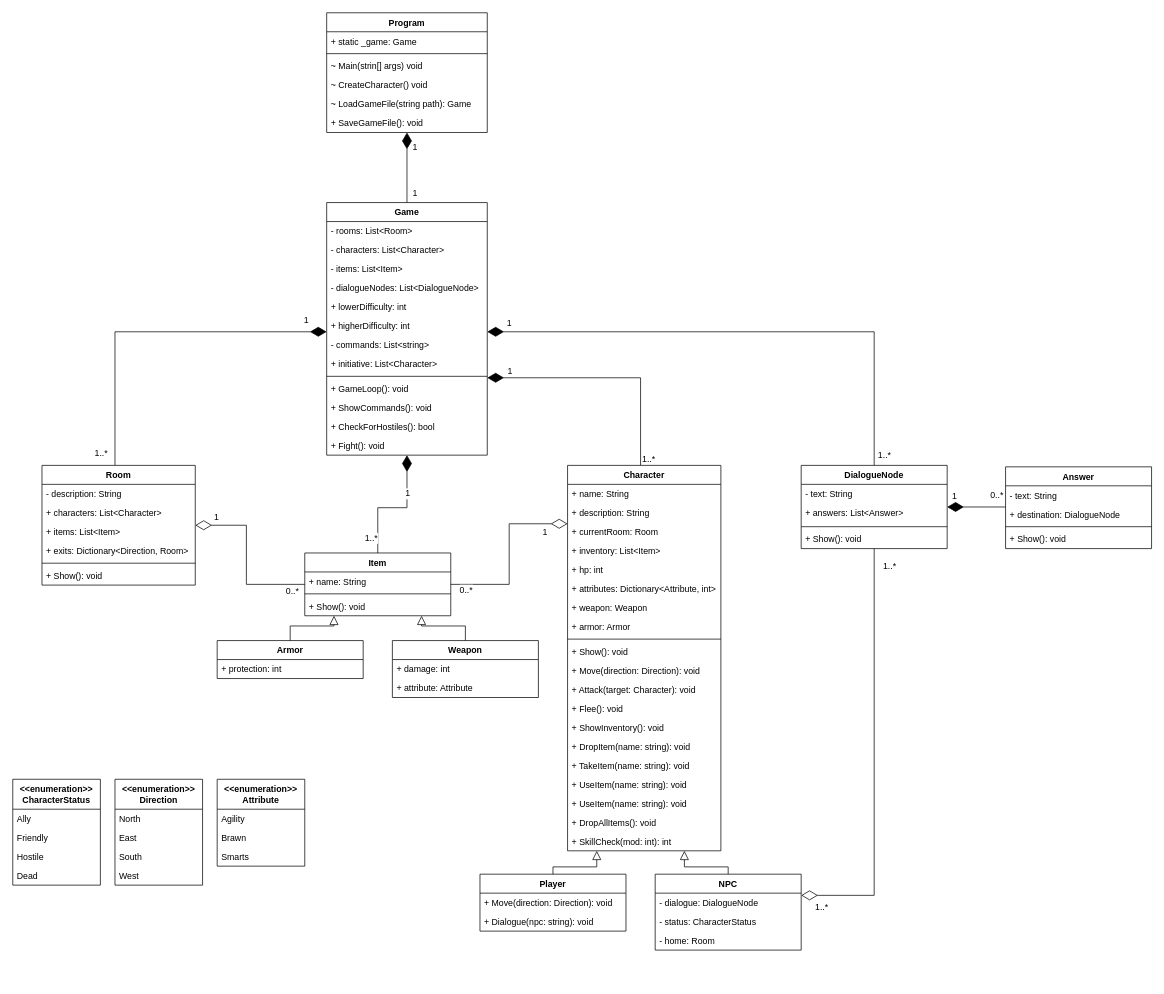
This is page "Classes" (2 of 3) of Diagrams/Legends of Antir Diagrams.drawio from qogoist/LegendsOfAntir, a draw.io file, before an edit. Source tidied: cells renumbered, new cells numbered last; positions are measured from the earlier drawing's top-left corner, leaving out a move shared by most shapes. Both pictures are drawn from the tidied source at 73%, with x=0, y=0 at pixel (12, 12).
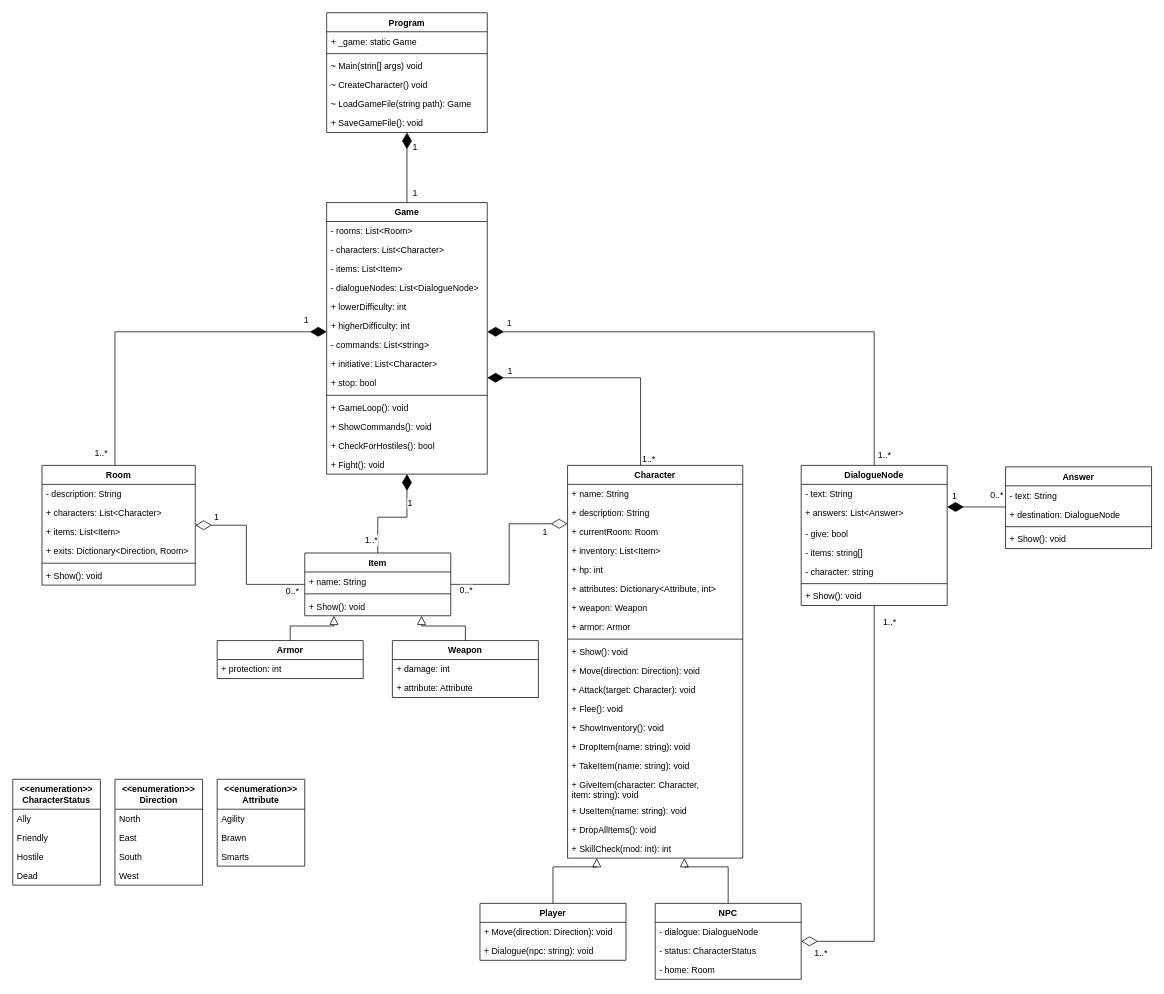
After the change.

The change refers to these unchanged cells:
```xml
<mxCell id="115" value="Program" style="swimlane;fontStyle=1;align=center;verticalAlign=top;horizontal=1;startSize=26;" parent="1" vertex="1">
  <mxGeometry x="430" width="220" height="164" as="geometry" />
</mxCell>
```

Diff of the diagram source:
```diff
@@
     <mxCell id="5" value="Game" style="swimlane;fontStyle=1;align=center;verticalAlign=top;horizontal=1;startSize=26;fillColor=none;" parent="1" vertex="1">
-      <mxGeometry x="430" y="260" width="220" height="346" as="geometry" />
+      <mxGeometry x="430" y="260" width="220" height="372" as="geometry" />
     </mxCell>
@@
+    <mxCell id="122" value="+ stop: bool" style="text;strokeColor=none;fillColor=none;align=left;verticalAlign=top;spacingLeft=4;spacingRight=4;overflow=hidden;" parent="5" vertex="1">
+      <mxGeometry y="234" width="220" height="26" as="geometry" />
+    </mxCell>
     <mxCell id="14" style="line;strokeWidth=1;fillColor=none;align=left;verticalAlign=middle;spacingTop=-1;spacingLeft=3;spacingRight=3;labelPosition=right;" parent="5" vertex="1">
-      <mxGeometry y="234" width="220" height="8" as="geometry" />
+      <mxGeometry y="260" width="220" height="8" as="geometry" />
     </mxCell>
     <mxCell id="15" value="+ GameLoop(): void" style="text;strokeColor=none;fillColor=none;align=left;verticalAlign=top;spacingLeft=4;spacingRight=4;overflow=hidden;" parent="5" vertex="1">
-      <mxGeometry y="242" width="220" height="26" as="geometry" />
+      <mxGeometry y="268" width="220" height="26" as="geometry" />
     </mxCell>
     <mxCell id="16" value="+ ShowCommands(): void" style="text;strokeColor=none;fillColor=none;align=left;verticalAlign=top;spacingLeft=4;spacingRight=4;overflow=hidden;" parent="5" vertex="1">
-      <mxGeometry y="268" width="220" height="26" as="geometry" />
+      <mxGeometry y="294" width="220" height="26" as="geometry" />
     </mxCell>
     <mxCell id="17" value="+ CheckForHostiles(): bool" style="text;strokeColor=none;fillColor=none;align=left;verticalAlign=top;spacingLeft=4;spacingRight=4;overflow=hidden;" parent="5" vertex="1">
-      <mxGeometry y="294" width="220" height="26" as="geometry" />
+      <mxGeometry y="320" width="220" height="26" as="geometry" />
     </mxCell>
     <mxCell id="18" value="+ Fight(): void" style="text;strokeColor=none;fillColor=none;align=left;verticalAlign=top;spacingLeft=4;spacingRight=4;overflow=hidden;" parent="5" vertex="1">
-      <mxGeometry y="320" width="220" height="26" as="geometry" />
+      <mxGeometry y="346" width="220" height="26" as="geometry" />
     </mxCell>
@@
     <mxCell id="32" value="Character" style="swimlane;fontStyle=1;align=center;verticalAlign=top;horizontal=1;startSize=26;" parent="1" vertex="1">
-      <mxGeometry x="760" y="620" width="210" height="528" as="geometry" />
+      <mxGeometry x="760" y="620" width="240" height="538" as="geometry" />
     </mxCell>
     <mxCell id="33" value="+ name: String" style="text;strokeColor=none;fillColor=none;align=left;verticalAlign=top;spacingLeft=4;spacingRight=4;overflow=hidden;" parent="32" vertex="1">
-      <mxGeometry y="26" width="210" height="26" as="geometry" />
+      <mxGeometry y="26" width="240" height="26" as="geometry" />
     </mxCell>
     <mxCell id="34" value="+ description: String" style="text;strokeColor=none;fillColor=none;align=left;verticalAlign=top;spacingLeft=4;spacingRight=4;overflow=hidden;" parent="32" vertex="1">
-      <mxGeometry y="52" width="210" height="26" as="geometry" />
+      <mxGeometry y="52" width="240" height="26" as="geometry" />
     </mxCell>
     <mxCell id="35" value="+ currentRoom: Room" style="text;strokeColor=none;fillColor=none;align=left;verticalAlign=top;spacingLeft=4;spacingRight=4;overflow=hidden;" parent="32" vertex="1">
-      <mxGeometry y="78" width="210" height="26" as="geometry" />
+      <mxGeometry y="78" width="240" height="26" as="geometry" />
     </mxCell>
     <mxCell id="36" value="+ inventory: List&lt;Item&gt;" style="text;strokeColor=none;fillColor=none;align=left;verticalAlign=top;spacingLeft=4;spacingRight=4;overflow=hidden;" parent="32" vertex="1">
-      <mxGeometry y="104" width="210" height="26" as="geometry" />
+      <mxGeometry y="104" width="240" height="26" as="geometry" />
     </mxCell>
     <mxCell id="37" value="+ hp: int" style="text;strokeColor=none;fillColor=none;align=left;verticalAlign=top;spacingLeft=4;spacingRight=4;overflow=hidden;" parent="32" vertex="1">
-      <mxGeometry y="130" width="210" height="26" as="geometry" />
+      <mxGeometry y="130" width="240" height="26" as="geometry" />
     </mxCell>
     <mxCell id="38" value="+ attributes: Dictionary&lt;Attribute, int&gt;" style="text;strokeColor=none;fillColor=none;align=left;verticalAlign=top;spacingLeft=4;spacingRight=4;overflow=hidden;" parent="32" vertex="1">
-      <mxGeometry y="156" width="210" height="26" as="geometry" />
+      <mxGeometry y="156" width="240" height="26" as="geometry" />
     </mxCell>
     <mxCell id="39" value="+ weapon: Weapon" style="text;strokeColor=none;fillColor=none;align=left;verticalAlign=top;spacingLeft=4;spacingRight=4;overflow=hidden;" parent="32" vertex="1">
-      <mxGeometry y="182" width="210" height="26" as="geometry" />
+      <mxGeometry y="182" width="240" height="26" as="geometry" />
     </mxCell>
     <mxCell id="40" value="+ armor: Armor" style="text;strokeColor=none;fillColor=none;align=left;verticalAlign=top;spacingLeft=4;spacingRight=4;overflow=hidden;" parent="32" vertex="1">
-      <mxGeometry y="208" width="210" height="26" as="geometry" />
+      <mxGeometry y="208" width="240" height="26" as="geometry" />
     </mxCell>
     <mxCell id="41" style="line;strokeWidth=1;fillColor=none;align=left;verticalAlign=middle;spacingTop=-1;spacingLeft=3;spacingRight=3;labelPosition=right;" parent="32" vertex="1">
-      <mxGeometry y="234" width="210" height="8" as="geometry" />
+      <mxGeometry y="234" width="240" height="8" as="geometry" />
     </mxCell>
     <mxCell id="42" value="+ Show(): void" style="text;strokeColor=none;fillColor=none;align=left;verticalAlign=top;spacingLeft=4;spacingRight=4;overflow=hidden;" parent="32" vertex="1">
-      <mxGeometry y="242" width="210" height="26" as="geometry" />
+      <mxGeometry y="242" width="240" height="26" as="geometry" />
     </mxCell>
     <mxCell id="43" value="+ Move(direction: Direction): void" style="text;strokeColor=none;fillColor=none;align=left;verticalAlign=top;spacingLeft=4;spacingRight=4;overflow=hidden;" parent="32" vertex="1">
-      <mxGeometry y="268" width="210" height="26" as="geometry" />
+      <mxGeometry y="268" width="240" height="26" as="geometry" />
     </mxCell>
     <mxCell id="44" value="+ Attack(target: Character): void" style="text;strokeColor=none;fillColor=none;align=left;verticalAlign=top;spacingLeft=4;spacingRight=4;overflow=hidden;fontSize=12;" parent="32" vertex="1">
-      <mxGeometry y="294" width="210" height="26" as="geometry" />
+      <mxGeometry y="294" width="240" height="26" as="geometry" />
     </mxCell>
     <mxCell id="45" value="+ Flee(): void" style="text;strokeColor=none;fillColor=none;align=left;verticalAlign=top;spacingLeft=4;spacingRight=4;overflow=hidden;" parent="32" vertex="1">
-      <mxGeometry y="320" width="210" height="26" as="geometry" />
+      <mxGeometry y="320" width="240" height="26" as="geometry" />
     </mxCell>
     <mxCell id="46" value="+ ShowInventory(): void" style="text;strokeColor=none;fillColor=none;align=left;verticalAlign=top;spacingLeft=4;spacingRight=4;overflow=hidden;" parent="32" vertex="1">
-      <mxGeometry y="346" width="210" height="26" as="geometry" />
+      <mxGeometry y="346" width="240" height="26" as="geometry" />
     </mxCell>
     <mxCell id="47" value="+ DropItem(name: string): void" style="text;strokeColor=none;fillColor=none;align=left;verticalAlign=top;spacingLeft=4;spacingRight=4;overflow=hidden;" parent="32" vertex="1">
-      <mxGeometry y="372" width="210" height="26" as="geometry" />
+      <mxGeometry y="372" width="240" height="26" as="geometry" />
     </mxCell>
     <mxCell id="48" value="+ TakeItem(name: string): void" style="text;strokeColor=none;fillColor=none;align=left;verticalAlign=top;spacingLeft=4;spacingRight=4;overflow=hidden;" parent="32" vertex="1">
-      <mxGeometry y="398" width="210" height="26" as="geometry" />
+      <mxGeometry y="398" width="240" height="26" as="geometry" />
     </mxCell>
-    <mxCell id="49" value="+ UseItem(name: string): void" style="text;strokeColor=none;fillColor=none;align=left;verticalAlign=top;spacingLeft=4;spacingRight=4;overflow=hidden;" parent="32" vertex="1">
-      <mxGeometry y="424" width="210" height="26" as="geometry" />
-    </mxCell>
+    <mxCell id="123" value="+ GiveItem(character: Character, &#10;item: string): void" style="text;strokeColor=none;fillColor=none;align=left;verticalAlign=top;spacingLeft=4;spacingRight=4;overflow=hidden;" parent="32" vertex="1">
+      <mxGeometry y="424" width="240" height="36" as="geometry" />
+    </mxCell>
     <mxCell id="50" value="+ UseItem(name: string): void" style="text;strokeColor=none;fillColor=none;align=left;verticalAlign=top;spacingLeft=4;spacingRight=4;overflow=hidden;" parent="32" vertex="1">
-      <mxGeometry y="450" width="210" height="26" as="geometry" />
+      <mxGeometry y="460" width="240" height="26" as="geometry" />
     </mxCell>
     <mxCell id="51" value="+ DropAllItems(): void" style="text;strokeColor=none;fillColor=none;align=left;verticalAlign=top;spacingLeft=4;spacingRight=4;overflow=hidden;" parent="32" vertex="1">
-      <mxGeometry y="476" width="210" height="26" as="geometry" />
+      <mxGeometry y="486" width="240" height="26" as="geometry" />
     </mxCell>
     <mxCell id="52" value="+ SkillCheck(mod: int): int" style="text;strokeColor=none;fillColor=none;align=left;verticalAlign=top;spacingLeft=4;spacingRight=4;overflow=hidden;" parent="32" vertex="1">
-      <mxGeometry y="502" width="210" height="26" as="geometry" />
+      <mxGeometry y="512" width="240" height="26" as="geometry" />
     </mxCell>
@@
     <mxCell id="54" value="NPC" style="swimlane;fontStyle=1;align=center;verticalAlign=top;horizontal=1;startSize=26;" parent="1" vertex="1">
-      <mxGeometry x="880" y="1180" width="200" height="104" as="geometry" />
+      <mxGeometry x="880" y="1220" width="200" height="104" as="geometry" />
     </mxCell>
@@
     <mxCell id="58" style="edgeStyle=orthogonalEdgeStyle;rounded=0;jettySize=auto;html=1;endArrow=diamondThin;endFill=0;endSize=20;" parent="1" edge="1" source="64" target="54">
       <mxGeometry relative="1" as="geometry">
         <Array as="points">
-          <mxPoint x="1180" y="1209" />
+          <mxPoint x="1180" y="1272" />
         </Array>
       </mxGeometry>
     </mxCell>
@@
     <mxCell id="64" value="DialogueNode" style="swimlane;fontStyle=1;align=center;verticalAlign=top;horizontal=1;startSize=26;" parent="1" vertex="1">
-      <mxGeometry x="1080" y="620" width="200" height="114" as="geometry" />
+      <mxGeometry x="1080" y="620" width="200" height="192" as="geometry" />
     </mxCell>
@@
+    <mxCell id="124" value="- give: bool" style="text;strokeColor=none;fillColor=none;align=left;verticalAlign=top;spacingLeft=4;spacingRight=4;overflow=hidden;" parent="64" vertex="1">
+      <mxGeometry y="80" width="200" height="26" as="geometry" />
+    </mxCell>
+    <mxCell id="125" value="- items: string[]" style="text;strokeColor=none;fillColor=none;align=left;verticalAlign=top;spacingLeft=4;spacingRight=4;overflow=hidden;" parent="64" vertex="1">
+      <mxGeometry y="106" width="200" height="26" as="geometry" />
+    </mxCell>
+    <mxCell id="126" value="- character: string" style="text;strokeColor=none;fillColor=none;align=left;verticalAlign=top;spacingLeft=4;spacingRight=4;overflow=hidden;" parent="64" vertex="1">
+      <mxGeometry y="132" width="200" height="26" as="geometry" />
+    </mxCell>
     <mxCell id="67" style="line;strokeWidth=1;fillColor=none;align=left;verticalAlign=middle;spacingTop=-1;spacingLeft=3;spacingRight=3;labelPosition=right;" parent="64" vertex="1">
-      <mxGeometry y="80" width="200" height="8" as="geometry" />
+      <mxGeometry y="158" width="200" height="8" as="geometry" />
     </mxCell>
     <mxCell id="68" value="+ Show(): void" style="text;strokeColor=none;fillColor=none;align=left;verticalAlign=top;spacingLeft=4;spacingRight=4;overflow=hidden;" parent="64" vertex="1">
-      <mxGeometry y="88" width="200" height="26" as="geometry" />
+      <mxGeometry y="166" width="200" height="26" as="geometry" />
     </mxCell>
@@
     <mxCell id="91" value="Player" style="swimlane;fontStyle=1;align=center;verticalAlign=top;horizontal=1;startSize=26;fillColor=none;" parent="1" vertex="1">
-      <mxGeometry x="640" y="1180" width="200" height="78" as="geometry" />
+      <mxGeometry x="640" y="1220" width="200" height="78" as="geometry" />
     </mxCell>
@@
-    <mxCell id="116" value="+ static _game: Game" style="text;strokeColor=none;fillColor=none;align=left;verticalAlign=top;spacingLeft=4;spacingRight=4;overflow=hidden;" parent="115" vertex="1">
+    <mxCell id="116" value="+ _game: static Game" style="text;strokeColor=none;fillColor=none;align=left;verticalAlign=top;spacingLeft=4;spacingRight=4;overflow=hidden;" parent="115" vertex="1">
       <mxGeometry y="26" width="220" height="26" as="geometry" />
     </mxCell>
```
